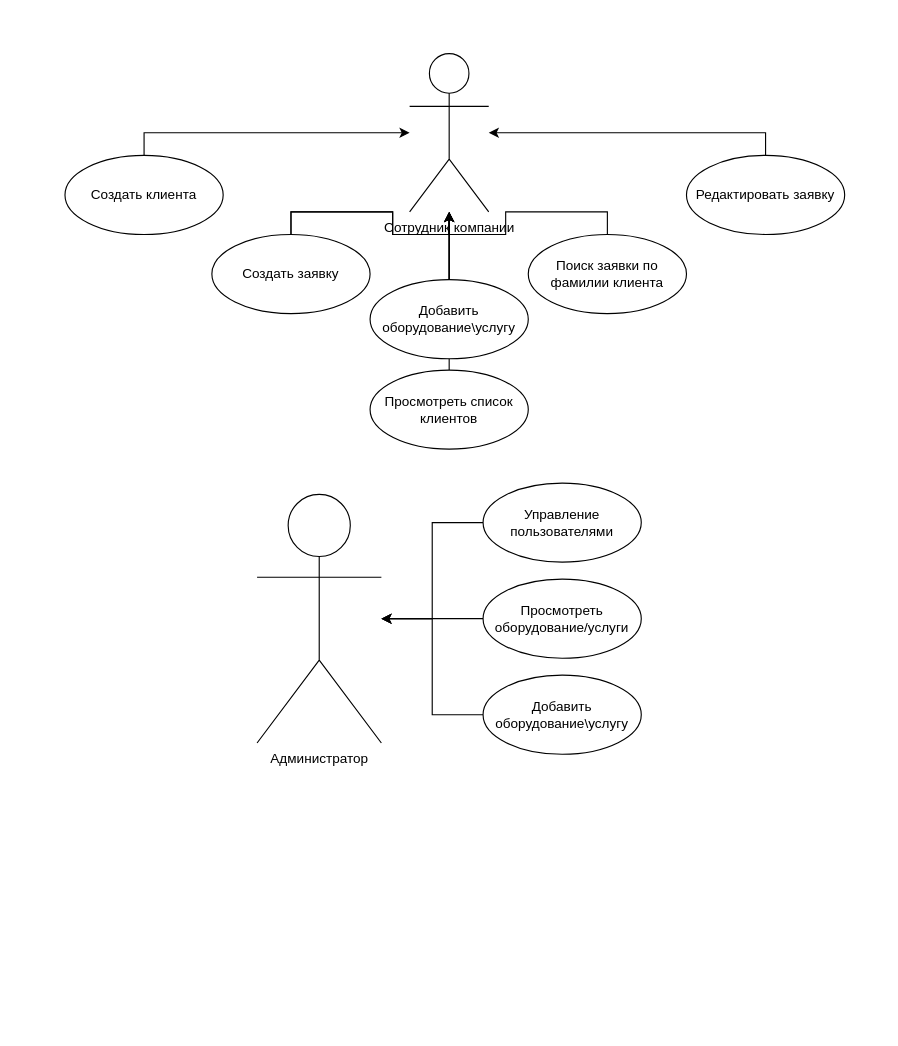
HoveringTurtle/testrep keeps this draw.io diagram as ConsoleApp1/Use-case diagram for apex.drawio. Above is the earlier version. Source tidied: cells renumbered, new cells numbered last; positions are measured from the earlier drawing's top-left corner, leaving out a move shared by most shapes. Both pictures are drawn from the tidied source at 113%, with x=0, y=0 at pixel (64, 53).
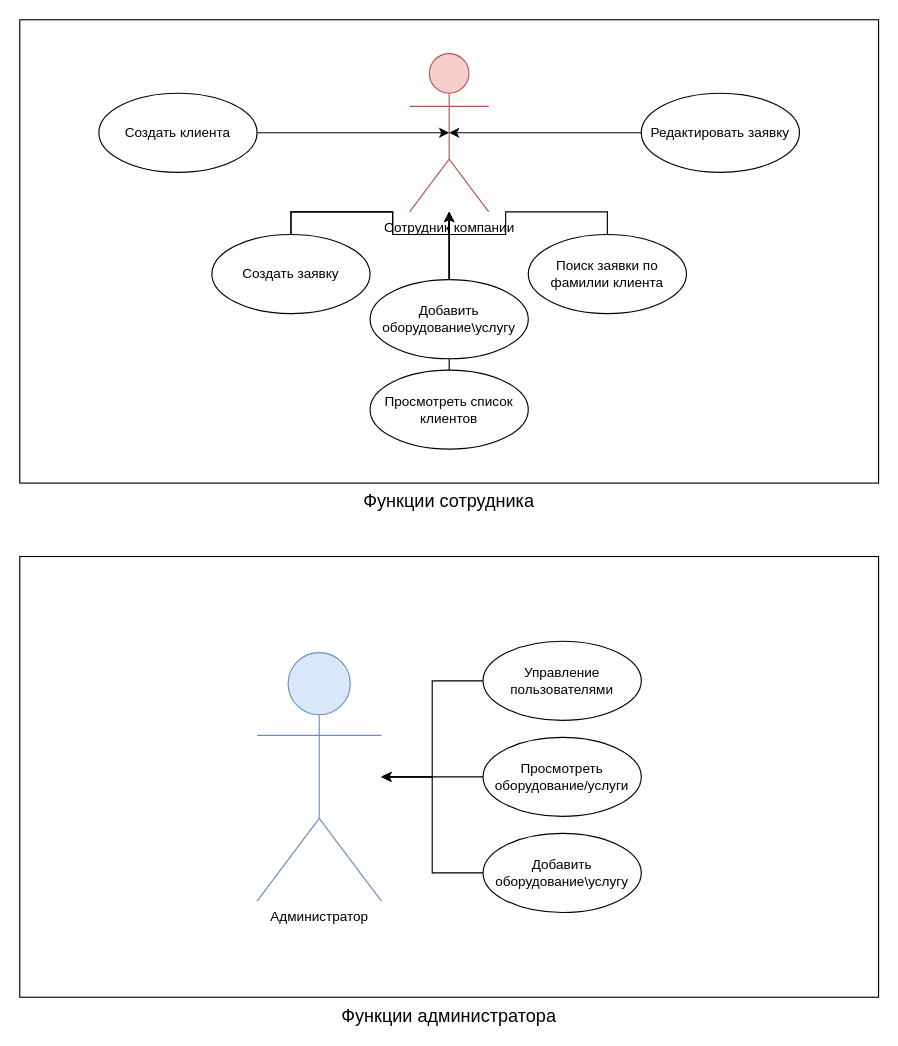
Above is the later version.

Change to the diagram source:
```diff
@@
+    <mxCell id="24" value="&lt;span style=&quot;font-size: 16px;&quot;&gt;Функции администратора&lt;/span&gt;" style="html=1;whiteSpace=wrap;labelPosition=center;verticalLabelPosition=bottom;align=center;verticalAlign=top;" parent="1" vertex="1">
+      <mxGeometry x="-40" y="445" width="760" height="390" as="geometry" />
+    </mxCell>
+    <mxCell id="25" value="Функции сотрудника" style="html=1;whiteSpace=wrap;labelPosition=center;verticalLabelPosition=bottom;align=center;verticalAlign=top;fontSize=16;" parent="1" vertex="1">
+      <mxGeometry x="-40" y="-30" width="760" height="410" as="geometry" />
+    </mxCell>
-    <mxCell id="2" value="Сотрудник компании" style="shape=umlActor;verticalLabelPosition=bottom;verticalAlign=top;html=1;outlineConnect=0;" parent="1" vertex="1">
+    <mxCell id="2" value="Сотрудник компании" style="shape=umlActor;verticalLabelPosition=bottom;verticalAlign=top;html=1;outlineConnect=0;fillColor=#f8cecc;strokeColor=#b85450;" parent="1" vertex="1">
       <mxGeometry x="305" width="70" height="140" as="geometry" />
     </mxCell>
-    <mxCell id="3" value="Администратор" style="shape=umlActor;verticalLabelPosition=bottom;verticalAlign=top;html=1;outlineConnect=0;" parent="1" vertex="1">
-      <mxGeometry x="170" y="390" width="110" height="220" as="geometry" />
+    <mxCell id="3" value="Администратор" style="shape=umlActor;verticalLabelPosition=bottom;verticalAlign=top;html=1;outlineConnect=0;fillColor=#dae8fc;strokeColor=#6c8ebf;" parent="1" vertex="1">
+      <mxGeometry x="170" y="530" width="110" height="220" as="geometry" />
     </mxCell>
@@
-    <mxCell id="5" style="edgeStyle=orthogonalEdgeStyle;rounded=0;jettySize=auto;html=1;exitX=0.5;exitY=0;exitDx=0;exitDy=0;" parent="1" edge="1" source="6" target="2">
-      <mxGeometry relative="1" as="geometry" />
-    </mxCell>
     <mxCell id="6" value="Создать клиента" style="ellipse;whiteSpace=wrap;html=1;" parent="1" vertex="1">
-      <mxGeometry y="90" width="140" height="70" as="geometry" />
+      <mxGeometry x="30" y="35" width="140" height="70" as="geometry" />
     </mxCell>
@@
-    <mxCell id="9" style="edgeStyle=orthogonalEdgeStyle;rounded=0;jettySize=auto;html=1;exitX=0.5;exitY=0;exitDx=0;exitDy=0;" parent="1" edge="1" source="10" target="2">
+    <mxCell id="9" style="edgeStyle=orthogonalEdgeStyle;rounded=0;jettySize=auto;html=1;exitX=0;exitY=0.5;exitDx=0;exitDy=0;entryX=0.5;entryY=0.5;entryDx=0;entryDy=0;entryPerimeter=0;" parent="1" edge="1" source="10" target="2">
       <mxGeometry relative="1" as="geometry" />
     </mxCell>
     <mxCell id="10" value="Редактировать заявку" style="ellipse;whiteSpace=wrap;html=1;" parent="1" vertex="1">
-      <mxGeometry x="550" y="90" width="140" height="70" as="geometry" />
+      <mxGeometry x="510" y="35" width="140" height="70" as="geometry" />
     </mxCell>
@@
     <mxCell id="17" value="Просмотреть оборудование/услуги" style="ellipse;whiteSpace=wrap;html=1;" parent="1" vertex="1">
-      <mxGeometry x="370" y="465" width="140" height="70" as="geometry" />
+      <mxGeometry x="370" y="605" width="140" height="70" as="geometry" />
     </mxCell>
@@
     <mxCell id="19" value="Добавить оборудование\услугу" style="ellipse;whiteSpace=wrap;html=1;" parent="1" vertex="1">
-      <mxGeometry x="370" y="550" width="140" height="70" as="geometry" />
+      <mxGeometry x="370" y="690" width="140" height="70" as="geometry" />
     </mxCell>
     <mxCell id="20" style="edgeStyle=orthogonalEdgeStyle;rounded=0;jettySize=auto;html=1;exitX=0;exitY=0.5;exitDx=0;exitDy=0;" parent="1" edge="1" source="21" target="3">
       <mxGeometry relative="1" as="geometry">
         <Array as="points">
-          <mxPoint x="325" y="415" />
-          <mxPoint x="325" y="500" />
+          <mxPoint x="325" y="555" />
+          <mxPoint x="325" y="640" />
         </Array>
       </mxGeometry>
     </mxCell>
     <mxCell id="21" value="Управление пользователями" style="ellipse;whiteSpace=wrap;html=1;" parent="1" vertex="1">
-      <mxGeometry x="370" y="380" width="140" height="70" as="geometry" />
+      <mxGeometry x="370" y="520" width="140" height="70" as="geometry" />
     </mxCell>
@@
+    <mxCell id="5" style="edgeStyle=orthogonalEdgeStyle;rounded=0;jettySize=auto;html=1;exitX=1;exitY=0.5;exitDx=0;exitDy=0;entryX=0.5;entryY=0.5;entryDx=0;entryDy=0;entryPerimeter=0;" parent="1" edge="1" source="6" target="2">
+      <mxGeometry relative="1" as="geometry" />
+    </mxCell>
```
